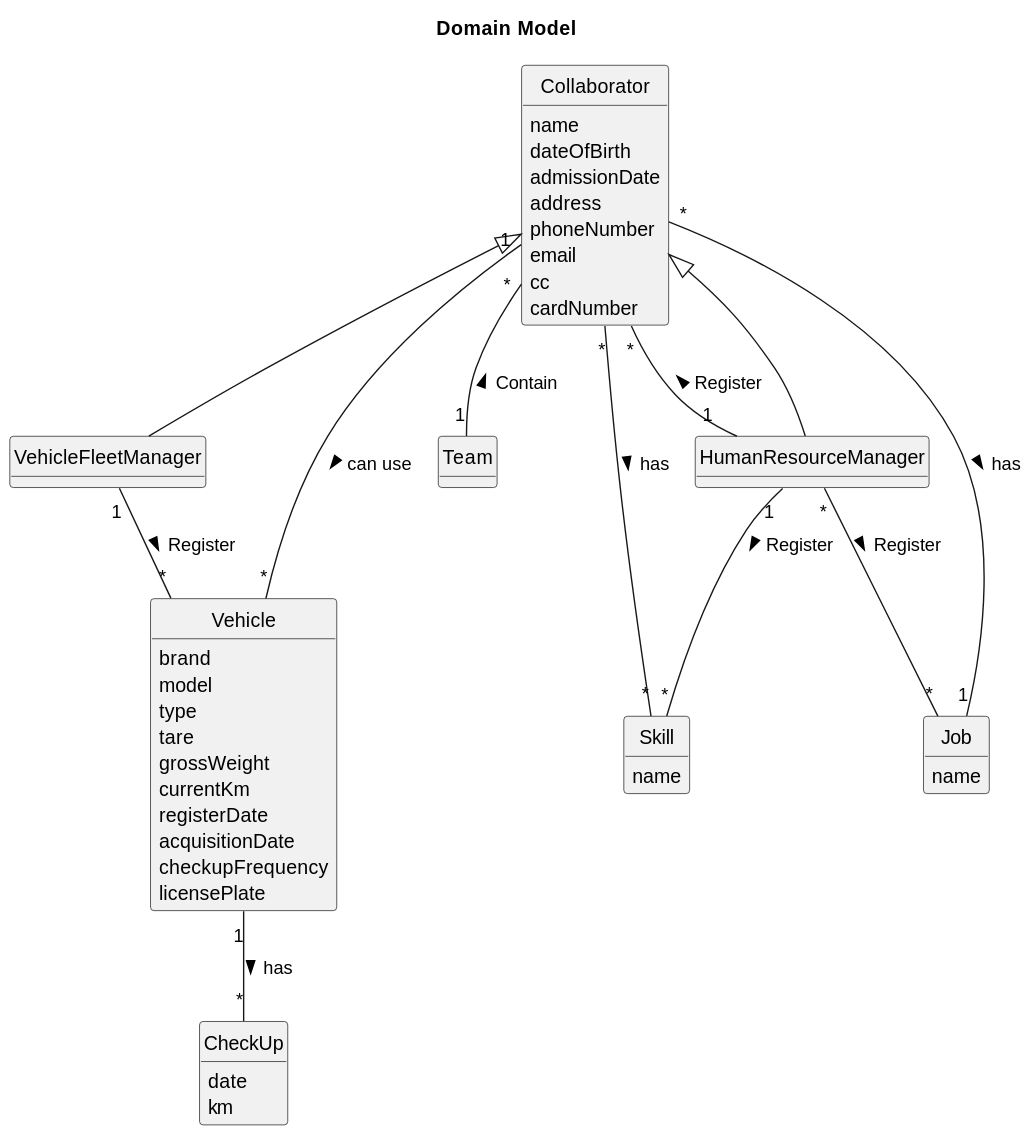
This is docs/sprintA/global-artifacts/02.analysis/svg/project-domain-model.svg from Departamento-de-Engenharia-Informatica/lei-24-s2-1db-g022, a PlantUML export, as it was before one commit.
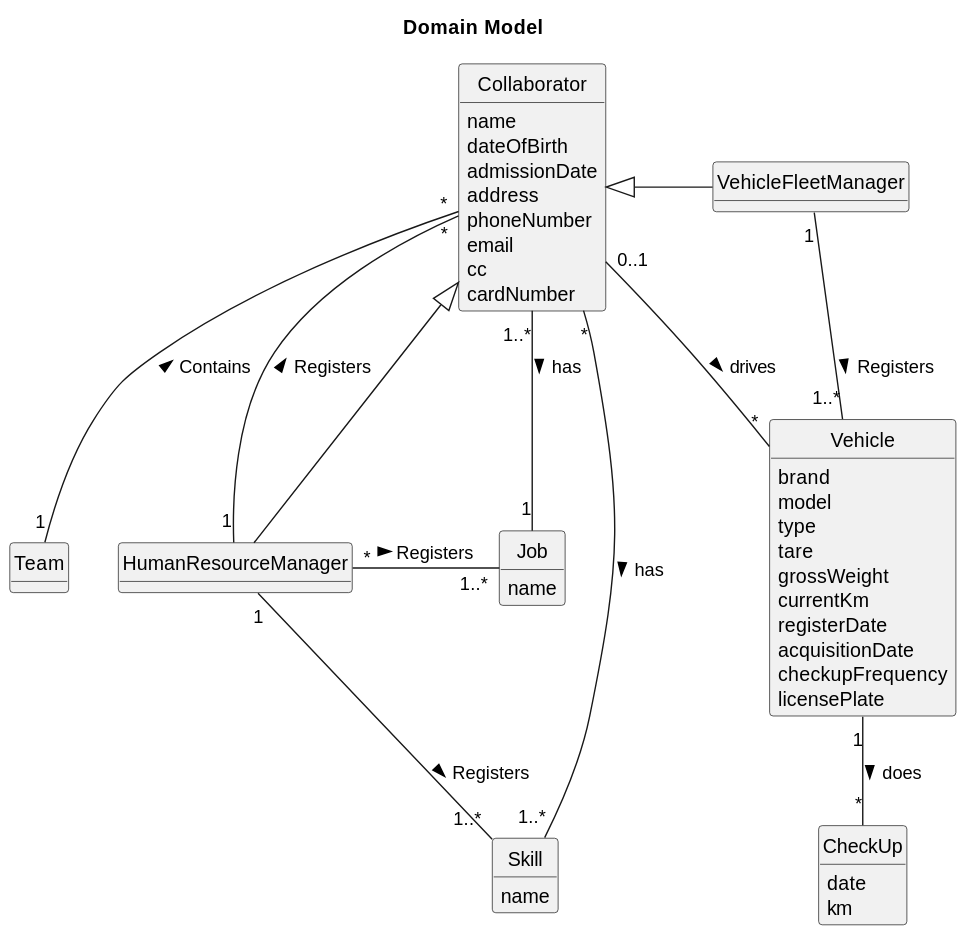
After the commit.

Commit message:
analysis.md retification and domain model image update

What changed in the source:
```diff
@@ -60,14 +60,15 @@
 
 
 Collaborator  <|--  HumanResourceManager
-Collaborator <|-- VehicleFleetManager
-HumanResourceManager "1" -- "*" Collaborator : Register >
-Collaborator "1" -- "*" Vehicle : can use >
-Collaborator "*" -- "1" Team : Contain <
-Vehicle "1" -- "*" CheckUp :  has >
-HumanResourceManager "1" -- "*" Skill : Register >
-Skill "*" -- "*" Collaborator : has <
-Job "1" -- "*" Collaborator : has <
-HumanResourceManager "*" -- "*" Job : Register >
-VehicleFleetManager "1" -- "*" Vehicle : Register >
+Collaborator <|- VehicleFleetManager
+HumanResourceManager "1" -- "*" Collaborator : Registers >
+Collaborator "0..1" -- "*" Vehicle : drives >
+Collaborator "*" -- "1" Team : Contains <
+Vehicle "1" -- "*" CheckUp :  does >
+HumanResourceManager "1" -- "1..*" Skill : Registers >
+Skill "1..*" -- "*" Collaborator : has <
+Job "1" -- "1..*" Collaborator : has <
+HumanResourceManager "*" - "1..*" Job : Registers >
+VehicleFleetManager "1" -- "1..*" Vehicle : Registers >
+
 @enduml
```
